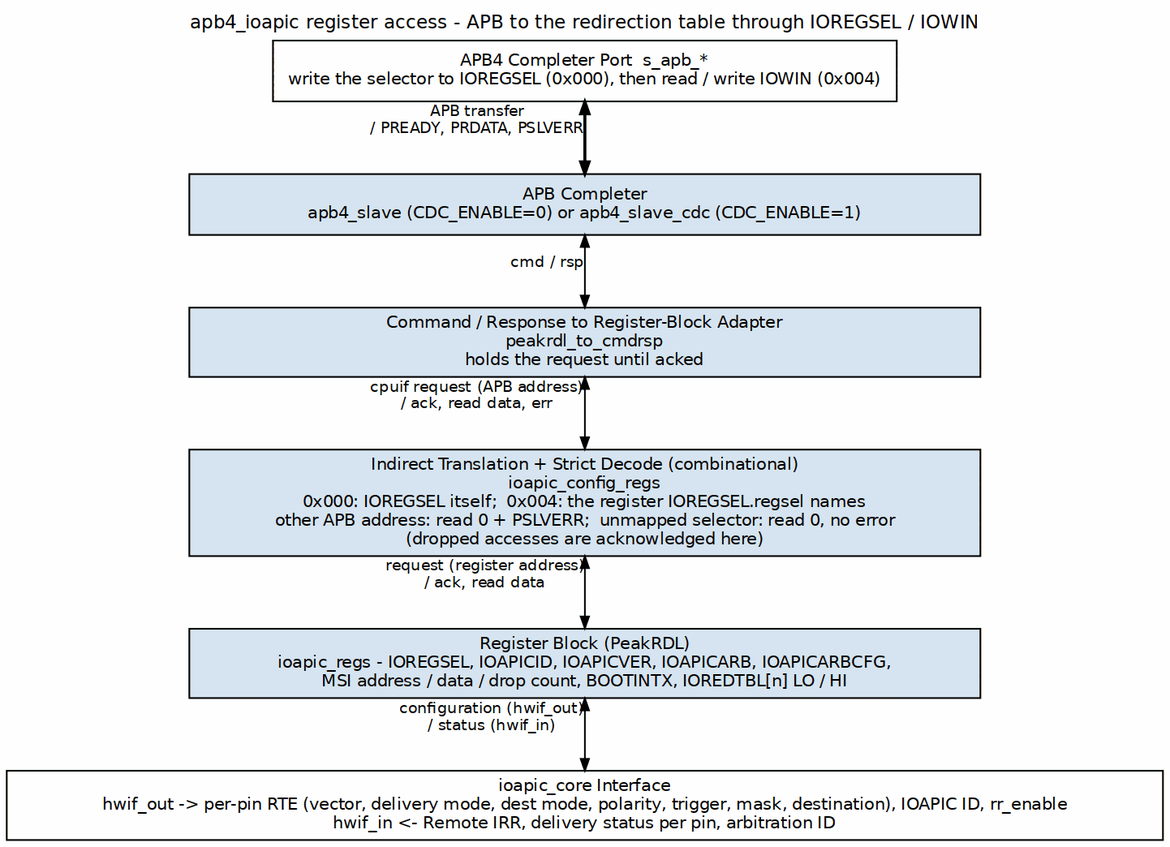
Earlier version of the Graphviz export projects/components/legacy-ip/retro_legacy_blocks/docs/ioapic_mas/assets/graphviz/ioapic_register_access.png (sean-galloway/RTLDesignSherpa). Its source is kept beside it as projects/components/legacy-ip/retro_legacy_blocks/docs/ioapic_mas/assets/graphviz/ioapic_register_access.dot. The source it was exported from:
```dot
digraph ioapic_register_access {
    graph [rankdir=TB, bgcolor="white", fontname="Helvetica", fontsize=11,
           nodesep="0.45", ranksep="0.60", splines=ortho, newrank=true,
           label="apb4_ioapic register access - APB to the redirection table through IOREGSEL / IOWIN",
           labelloc=t, labeljust=c];
    node  [fontname="Helvetica", fontsize=10, shape=box, style=filled,
           fillcolor="#D6E4F0", color="black", margin="0.12,0.06"];
    edge  [fontname="Helvetica", fontsize=9, color="black", arrowsize=0.7];

    apb  [label="APB4 Completer Port  s_apb_*\nwrite the selector to IOREGSEL (0x000), then read / write IOWIN (0x004)", fillcolor="white"];
    slv  [label="APB Completer\napb4_slave (CDC_ENABLE=0) or apb4_slave_cdc (CDC_ENABLE=1)", width=6.5];
    adp  [label="Command / Response to Register-Block Adapter\npeakrdl_to_cmdrsp\nholds the request until acked", width=6.5];
    xl   [label="Indirect Translation + Strict Decode (combinational)\nioapic_config_regs\n0x000: IOREGSEL itself;  0x004: the register IOREGSEL.regsel names\nother APB address: read 0 + PSLVERR;  unmapped selector: read 0, no error\n(dropped accesses are acknowledged here)", width=6.5];
    regs [label="Register Block (PeakRDL)\nioapic_regs - IOREGSEL, IOAPICID, IOAPICVER, IOAPICARB, IOAPICARBCFG,\nMSI address / data / drop count, BOOTINTX, IOREDTBL[n] LO / HI", width=6.5];
    bar  [label="ioapic_core Interface\nhwif_out -> per-pin RTE (vector, delivery mode, dest mode, polarity, trigger, mask, destination), IOAPIC ID, rr_enable\nhwif_in <- Remote IRR, delivery status per pin, arbitration ID", fillcolor="white", width=9.5];

    apb  -> slv  [dir=both, penwidth=1.8, xlabel="APB transfer\n/ PREADY, PRDATA, PSLVERR"];
    slv  -> adp  [dir=both, xlabel="cmd / rsp"];
    adp  -> xl   [dir=both, xlabel="cpuif request (APB address)\n/ ack, read data, err"];
    xl   -> regs [dir=both, xlabel="request (register address)\n/ ack, read data"];
    regs -> bar  [dir=both, xlabel="configuration (hwif_out)\n/ status (hwif_in)"];
}
```
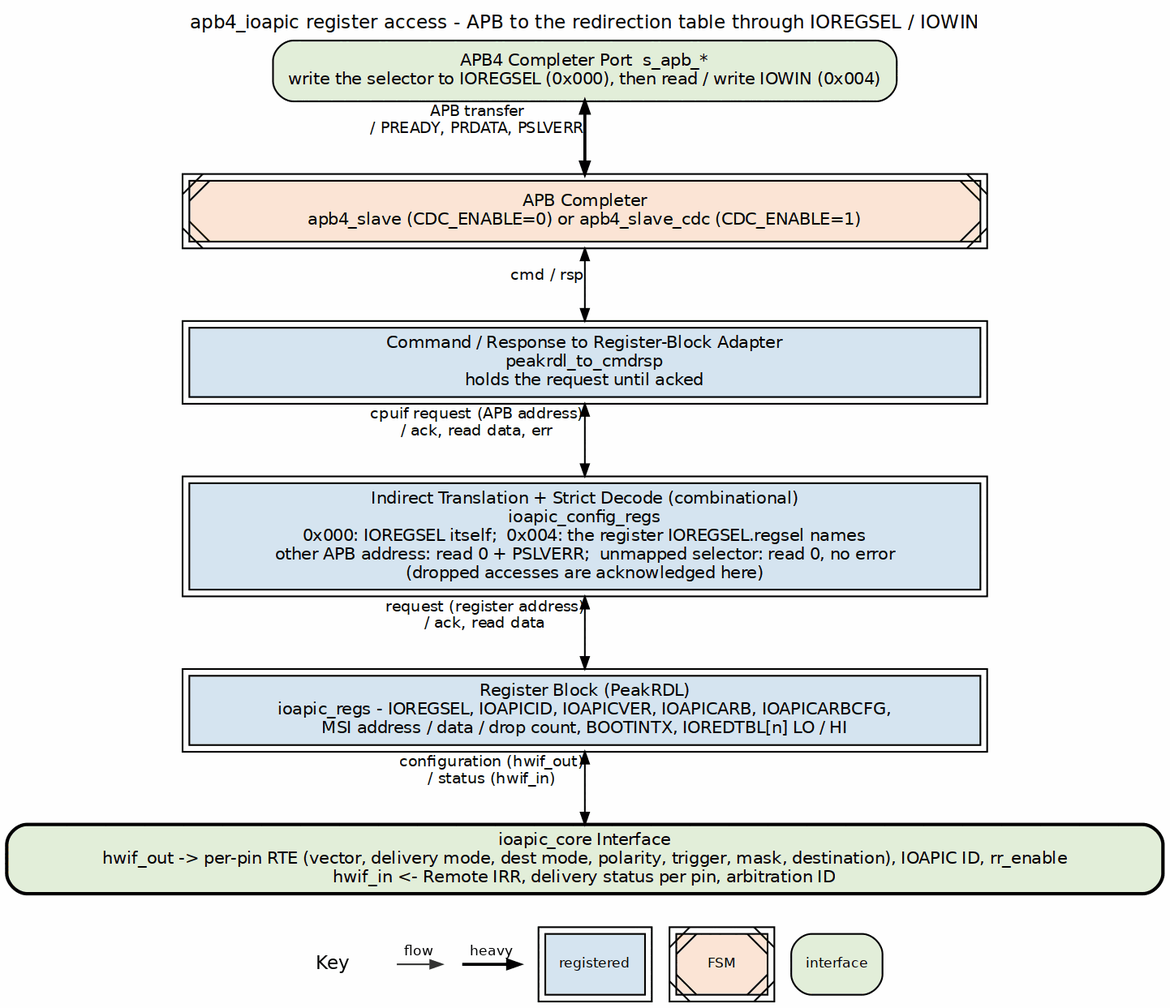
Above is the later version.

The edit, as a diff of the source:
```diff
@@ -4,15 +4,15 @@
            label="apb4_ioapic register access - APB to the redirection table through IOREGSEL / IOWIN",
            labelloc=t, labeljust=c];
     node  [fontname="Helvetica", fontsize=10, shape=box, style=filled,
-           fillcolor="#D6E4F0", color="black", margin="0.12,0.06"];
+           fillcolor="white", color="black", margin="0.12,0.06"];
     edge  [fontname="Helvetica", fontsize=9, color="black", arrowsize=0.7];
 
-    apb  [label="APB4 Completer Port  s_apb_*\nwrite the selector to IOREGSEL (0x000), then read / write IOWIN (0x004)", fillcolor="white"];
-    slv  [label="APB Completer\napb4_slave (CDC_ENABLE=0) or apb4_slave_cdc (CDC_ENABLE=1)", width=6.5];
-    adp  [label="Command / Response to Register-Block Adapter\npeakrdl_to_cmdrsp\nholds the request until acked", width=6.5];
-    xl   [label="Indirect Translation + Strict Decode (combinational)\nioapic_config_regs\n0x000: IOREGSEL itself;  0x004: the register IOREGSEL.regsel names\nother APB address: read 0 + PSLVERR;  unmapped selector: read 0, no error\n(dropped accesses are acknowledged here)", width=6.5];
-    regs [label="Register Block (PeakRDL)\nioapic_regs - IOREGSEL, IOAPICID, IOAPICVER, IOAPICARB, IOAPICARBCFG,\nMSI address / data / drop count, BOOTINTX, IOREDTBL[n] LO / HI", width=6.5];
-    bar  [label="ioapic_core Interface\nhwif_out -> per-pin RTE (vector, delivery mode, dest mode, polarity, trigger, mask, destination), IOAPIC ID, rr_enable\nhwif_in <- Remote IRR, delivery status per pin, arbitration ID", fillcolor="white", width=9.5];
+    apb  [label="APB4 Completer Port  s_apb_*\nwrite the selector to IOREGSEL (0x000), then read / write IOWIN (0x004)", fillcolor="white", style="rounded,filled", fillcolor="#E2EFDA"];
+    slv  [label="APB Completer\napb4_slave (CDC_ENABLE=0) or apb4_slave_cdc (CDC_ENABLE=1)", width=6.5, peripheries=2, style="filled,diagonals", fillcolor="#FCE4D6"];
+    adp  [label="Command / Response to Register-Block Adapter\npeakrdl_to_cmdrsp\nholds the request until acked", width=6.5, peripheries=2, style="filled", fillcolor="#D6E4F0"];
+    xl   [label="Indirect Translation + Strict Decode (combinational)\nioapic_config_regs\n0x000: IOREGSEL itself;  0x004: the register IOREGSEL.regsel names\nother APB address: read 0 + PSLVERR;  unmapped selector: read 0, no error\n(dropped accesses are acknowledged here)", width=6.5, peripheries=2, style="filled", fillcolor="#D6E4F0"];
+    regs [label="Register Block (PeakRDL)\nioapic_regs - IOREGSEL, IOAPICID, IOAPICVER, IOAPICARB, IOAPICARBCFG,\nMSI address / data / drop count, BOOTINTX, IOREDTBL[n] LO / HI", width=6.5, peripheries=2, style="filled", fillcolor="#D6E4F0"];
+    bar  [label="ioapic_core Interface\nhwif_out -> per-pin RTE (vector, delivery mode, dest mode, polarity, trigger, mask, destination), IOAPIC ID, rr_enable\nhwif_in <- Remote IRR, delivery status per pin, arbitration ID", fillcolor="white", width=9.5, style="rounded,filled,bold", fillcolor="#E2EFDA"];
 
     apb  -> slv  [dir=both, penwidth=1.8, xlabel="APB transfer\n/ PREADY, PRDATA, PSLVERR"];
     slv  -> adp  [dir=both, xlabel="cmd / rsp"];
```
